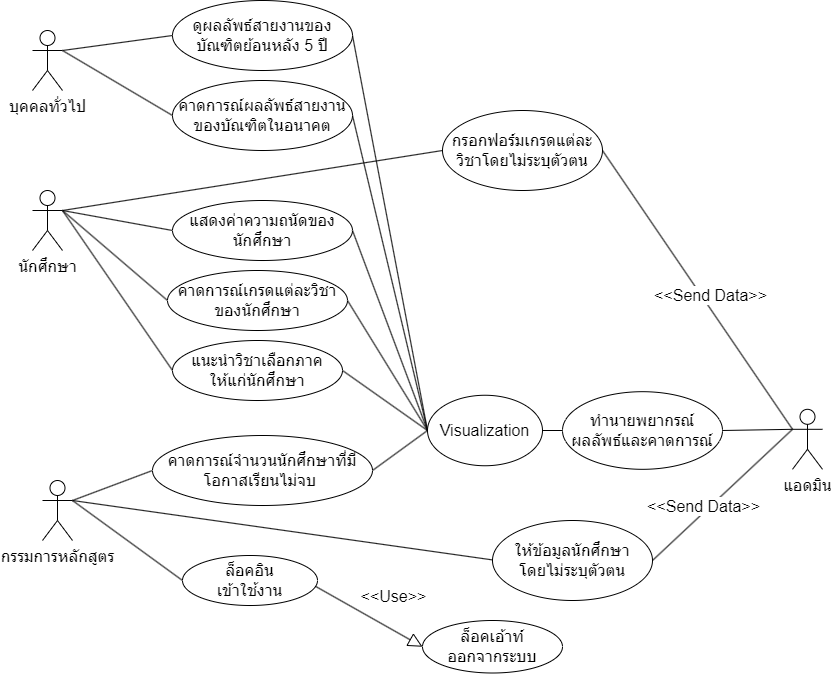
Above: Design_Architecture/usecase.png in MashMaleLLO/Analytics_and_Prediction_System_for_CE_Curriculum_administrators (draw.io), before the change. Source tidied: cells renumbered, new cells last; positions are measured from the earlier drawing's top-left corner, leaving out a move shared by most shapes.
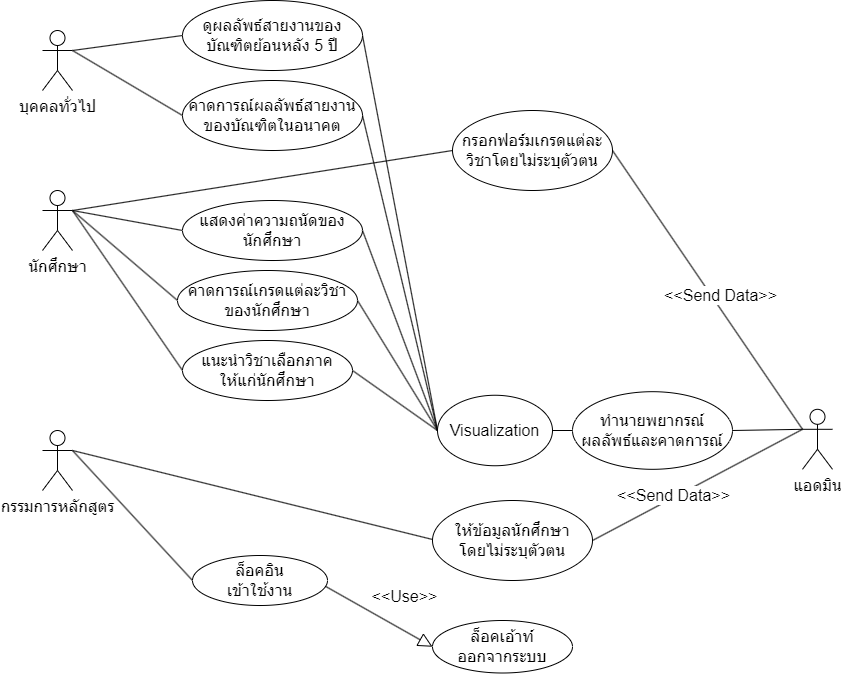
After the commit.

The edit, as a diff of the source:
```diff
@@ -20,14 +20,11 @@
     <mxCell id="7" style="edgeStyle=none;rounded=0;jettySize=auto;html=1;exitX=1;exitY=0.3333333333333333;exitDx=0;exitDy=0;exitPerimeter=0;entryX=0;entryY=0.5;entryDx=0;entryDy=0;endArrow=none;endFill=0;fontSize=16;" parent="1" edge="1" source="10" target="13">
       <mxGeometry relative="1" as="geometry" />
     </mxCell>
-    <mxCell id="8" style="edgeStyle=none;rounded=0;jettySize=auto;html=1;exitX=1;exitY=0.3333333333333333;exitDx=0;exitDy=0;exitPerimeter=0;entryX=0;entryY=0.5;entryDx=0;entryDy=0;startArrow=none;startFill=0;endArrow=none;endFill=0;strokeColor=default;fontSize=16;" parent="1" edge="1" source="10" target="24">
-      <mxGeometry relative="1" as="geometry" />
-    </mxCell>
     <mxCell id="9" style="edgeStyle=none;rounded=0;jettySize=auto;html=1;exitX=1;exitY=0.3333333333333333;exitDx=0;exitDy=0;exitPerimeter=0;startArrow=none;startFill=0;endArrow=none;endFill=0;strokeColor=default;entryX=0.026;entryY=0.5;entryDx=0;entryDy=0;entryPerimeter=0;fontSize=16;" parent="1" edge="1" source="10" target="27">
       <mxGeometry relative="1" as="geometry" />
     </mxCell>
     <mxCell id="10" value="กรรมการหลักสูตร" style="shape=umlActor;verticalLabelPosition=bottom;verticalAlign=top;html=1;outlineConnect=0;fontSize=16;" parent="1" vertex="1">
-      <mxGeometry x="10" y="480" width="30" height="60" as="geometry" />
+      <mxGeometry y="430" width="30" height="60" as="geometry" />
     </mxCell>
     <mxCell id="11" style="edgeStyle=none;rounded=0;jettySize=auto;html=1;exitX=0.981;exitY=0.61;exitDx=0;exitDy=0;endArrow=block;endFill=0;startArrow=none;startFill=0;strokeColor=default;entryX=0;entryY=0.5;entryDx=0;entryDy=0;fontSize=16;strokeWidth=1;endSize=12;exitPerimeter=0;" parent="1" edge="1" source="13" target="17">
       <mxGeometry relative="1" as="geometry" />
@@ -72,9 +69,6 @@
     <mxCell id="23" value="แสดงค่าความถนัดของนักศึกษา" style="ellipse;whiteSpace=wrap;html=1;fontSize=16;" parent="1" vertex="1">
       <mxGeometry x="140" y="200" width="180" height="60" as="geometry" />
     </mxCell>
-    <mxCell id="24" value="คาดการณ์จำนวนนักศึกษาที่มี&lt;br&gt;โอกาสเรียนไม่จบ&amp;nbsp;" style="ellipse;whiteSpace=wrap;html=1;fontSize=16;" parent="1" vertex="1">
-      <mxGeometry x="120" y="435" width="220" height="70" as="geometry" />
-    </mxCell>
     <mxCell id="25" style="edgeStyle=none;rounded=0;jettySize=auto;html=1;exitX=1;exitY=0.5;exitDx=0;exitDy=0;startArrow=none;startFill=0;endArrow=none;endFill=0;strokeColor=default;entryX=0;entryY=0.3333333333333333;entryDx=0;entryDy=0;entryPerimeter=0;fontSize=16;" parent="1" edge="1" source="27" target="38">
       <mxGeometry relative="1" as="geometry" />
     </mxCell>
@@ -84,7 +78,7 @@
       </mxGeometry>
     </mxCell>
     <mxCell id="27" value="ให้ข้อมูลนักศึกษา&lt;br&gt;โดยไม่ระบุตัวตน" style="ellipse;whiteSpace=wrap;html=1;fontSize=16;" parent="1" vertex="1">
-      <mxGeometry x="460" y="520" width="160" height="80" as="geometry" />
+      <mxGeometry x="390" y="500" width="160" height="80" as="geometry" />
     </mxCell>
     <mxCell id="28" style="edgeStyle=none;rounded=0;jettySize=auto;html=1;exitX=0;exitY=0.5;exitDx=0;exitDy=0;entryX=1;entryY=0.5;entryDx=0;entryDy=0;startArrow=none;startFill=0;endArrow=none;endFill=0;strokeColor=default;fontSize=16;" parent="1" edge="1" source="29" target="36">
       <mxGeometry relative="1" as="geometry" />
@@ -101,9 +95,6 @@
     <mxCell id="32" style="edgeStyle=none;rounded=0;jettySize=auto;html=1;exitX=0;exitY=0.5;exitDx=0;exitDy=0;entryX=1;entryY=0.5;entryDx=0;entryDy=0;startArrow=none;startFill=0;endArrow=none;endFill=0;strokeColor=default;fontSize=16;" parent="1" edge="1" source="36" target="22">
       <mxGeometry relative="1" as="geometry" />
     </mxCell>
-    <mxCell id="33" style="edgeStyle=none;rounded=0;jettySize=auto;html=1;exitX=0;exitY=0.5;exitDx=0;exitDy=0;entryX=1;entryY=0.5;entryDx=0;entryDy=0;startArrow=none;startFill=0;endArrow=none;endFill=0;strokeColor=default;fontSize=16;" parent="1" edge="1" source="36" target="24">
-      <mxGeometry relative="1" as="geometry" />
-    </mxCell>
     <mxCell id="34" style="edgeStyle=none;rounded=0;jettySize=auto;html=1;exitX=0;exitY=0.5;exitDx=0;exitDy=0;entryX=1;entryY=0.5;entryDx=0;entryDy=0;startArrow=none;startFill=0;endArrow=none;endFill=0;strokeColor=default;fontSize=16;" parent="1" edge="1" source="36" target="39">
       <mxGeometry relative="1" as="geometry" />
     </mxCell>
```
